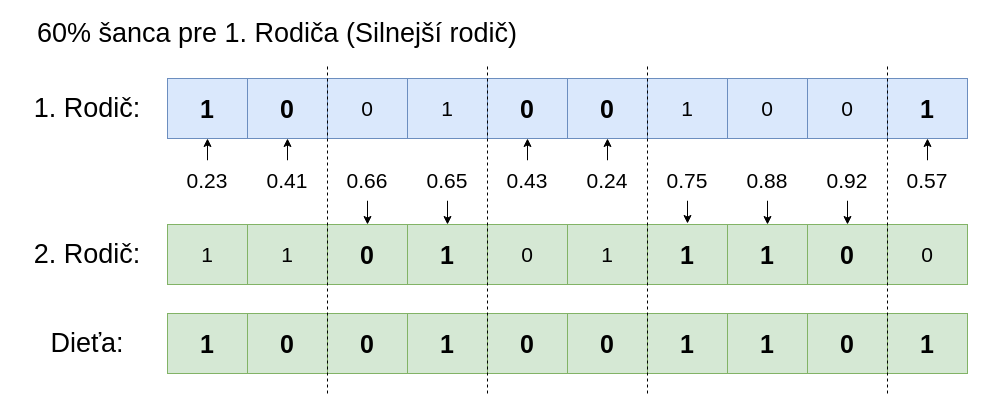
jozef229/FIIT-PRIPOC-ARTICLE-LaTeX keeps this draw.io diagram as image/krizenie.drawio. Above is the earlier version. Source tidied: cells renumbered, new cells numbered last; positions are measured from the earlier drawing's top-left corner, leaving out a move shared by most shapes. Both pictures are drawn from the tidied source at 100%, with x=0, y=0 at pixel (17, 23).
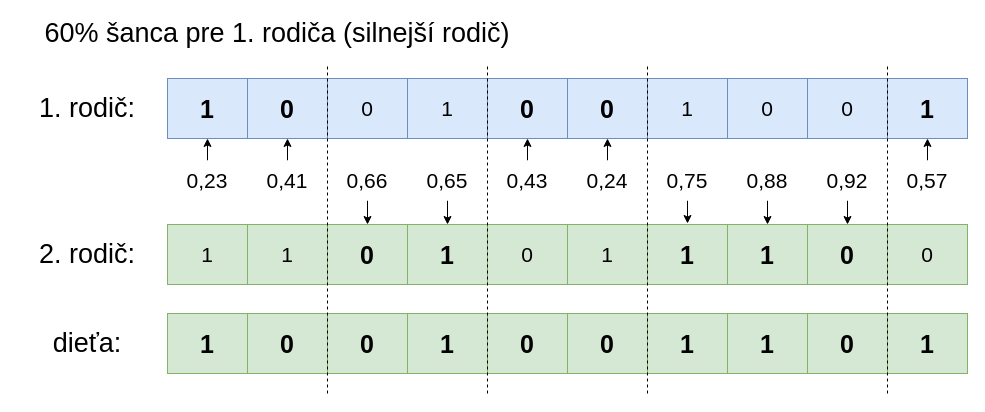
The same diagram, later.

What changed in the source:
```diff
@@
-    <mxCell id="23" value="0.66" style="rounded=0;whiteSpace=wrap;html=1;fontSize=21;gradientColor=none;fillColor=#ffffff;strokeColor=none;" parent="1" vertex="1">
+    <mxCell id="23" value="0,66" style="rounded=0;whiteSpace=wrap;html=1;fontSize=21;gradientColor=none;fillColor=#ffffff;strokeColor=none;" parent="1" vertex="1">
       <mxGeometry x="310" y="137" width="80" height="40" as="geometry" />
     </mxCell>
@@
-    <mxCell id="25" value="0.65" style="rounded=0;whiteSpace=wrap;html=1;fontSize=21;gradientColor=none;fillColor=#ffffff;strokeColor=none;" parent="1" vertex="1">
+    <mxCell id="25" value="0,65" style="rounded=0;whiteSpace=wrap;html=1;fontSize=21;gradientColor=none;fillColor=#ffffff;strokeColor=none;" parent="1" vertex="1">
       <mxGeometry x="390" y="137" width="80" height="40" as="geometry" />
     </mxCell>
@@
-    <mxCell id="27" value="0.43" style="rounded=0;whiteSpace=wrap;html=1;fontSize=21;gradientColor=none;fillColor=#ffffff;strokeColor=none;" parent="1" vertex="1">
+    <mxCell id="27" value="0,43" style="rounded=0;whiteSpace=wrap;html=1;fontSize=21;gradientColor=none;fillColor=#ffffff;strokeColor=none;" parent="1" vertex="1">
       <mxGeometry x="470" y="137" width="80" height="40" as="geometry" />
     </mxCell>
@@
-    <mxCell id="29" value="0.24" style="rounded=0;whiteSpace=wrap;html=1;fontSize=21;gradientColor=none;fillColor=#ffffff;strokeColor=none;" parent="1" vertex="1">
+    <mxCell id="29" value="0,24" style="rounded=0;whiteSpace=wrap;html=1;fontSize=21;gradientColor=none;fillColor=#ffffff;strokeColor=none;" parent="1" vertex="1">
       <mxGeometry x="550" y="137" width="80" height="40" as="geometry" />
     </mxCell>
@@
-    <mxCell id="31" value="0.75" style="rounded=0;whiteSpace=wrap;html=1;fontSize=21;gradientColor=none;fillColor=#ffffff;strokeColor=none;" parent="1" vertex="1">
+    <mxCell id="31" value="0,75" style="rounded=0;whiteSpace=wrap;html=1;fontSize=21;gradientColor=none;fillColor=#ffffff;strokeColor=none;" parent="1" vertex="1">
       <mxGeometry x="630" y="137" width="80" height="40" as="geometry" />
     </mxCell>
@@
-    <mxCell id="33" value="0.88" style="rounded=0;whiteSpace=wrap;html=1;fontSize=21;gradientColor=none;fillColor=#ffffff;strokeColor=none;" parent="1" vertex="1">
+    <mxCell id="33" value="0,88" style="rounded=0;whiteSpace=wrap;html=1;fontSize=21;gradientColor=none;fillColor=#ffffff;strokeColor=none;" parent="1" vertex="1">
       <mxGeometry x="710" y="137" width="80" height="40" as="geometry" />
     </mxCell>
@@
-    <mxCell id="35" value="0.92" style="rounded=0;whiteSpace=wrap;html=1;fontSize=21;gradientColor=none;fillColor=#ffffff;strokeColor=none;" parent="1" vertex="1">
+    <mxCell id="35" value="0,92" style="rounded=0;whiteSpace=wrap;html=1;fontSize=21;gradientColor=none;fillColor=#ffffff;strokeColor=none;" parent="1" vertex="1">
       <mxGeometry x="790" y="137" width="80" height="40" as="geometry" />
     </mxCell>
@@
-    <mxCell id="37" value="0.57" style="rounded=0;whiteSpace=wrap;html=1;fontSize=21;gradientColor=none;fillColor=#ffffff;strokeColor=none;" parent="1" vertex="1">
+    <mxCell id="37" value="0,57" style="rounded=0;whiteSpace=wrap;html=1;fontSize=21;gradientColor=none;fillColor=#ffffff;strokeColor=none;" parent="1" vertex="1">
       <mxGeometry x="870" y="137" width="80" height="40" as="geometry" />
     </mxCell>
@@
-    <mxCell id="39" value="0.41" style="rounded=0;whiteSpace=wrap;html=1;fontSize=21;gradientColor=none;fillColor=#ffffff;strokeColor=none;" parent="1" vertex="1">
+    <mxCell id="39" value="0,41" style="rounded=0;whiteSpace=wrap;html=1;fontSize=21;gradientColor=none;fillColor=#ffffff;strokeColor=none;" parent="1" vertex="1">
       <mxGeometry x="230" y="137" width="80" height="40" as="geometry" />
     </mxCell>
@@
-    <mxCell id="41" value="0.23" style="rounded=0;whiteSpace=wrap;html=1;fontSize=21;gradientColor=none;fillColor=#ffffff;strokeColor=none;" parent="1" vertex="1">
+    <mxCell id="41" value="0,23" style="rounded=0;whiteSpace=wrap;html=1;fontSize=21;gradientColor=none;fillColor=#ffffff;strokeColor=none;" parent="1" vertex="1">
       <mxGeometry x="150" y="137" width="80" height="40" as="geometry" />
     </mxCell>
@@
-    <mxCell id="56" value="1. Rodič:" style="text;html=1;strokeColor=none;fillColor=none;align=center;verticalAlign=middle;whiteSpace=wrap;rounded=0;fontSize=27;" parent="1" vertex="1">
+    <mxCell id="56" value="1. rodič:" style="text;html=1;strokeColor=none;fillColor=none;align=center;verticalAlign=middle;whiteSpace=wrap;rounded=0;fontSize=27;" parent="1" vertex="1">
       <mxGeometry x="10" y="75" width="120" height="20" as="geometry" />
     </mxCell>
-    <mxCell id="57" value="2. Rodič:" style="text;html=1;strokeColor=none;fillColor=none;align=center;verticalAlign=middle;whiteSpace=wrap;rounded=0;fontSize=27;" parent="1" vertex="1">
+    <mxCell id="57" value="2. rodič:" style="text;html=1;strokeColor=none;fillColor=none;align=center;verticalAlign=middle;whiteSpace=wrap;rounded=0;fontSize=27;" parent="1" vertex="1">
       <mxGeometry x="10" y="221" width="120" height="20" as="geometry" />
     </mxCell>
-    <mxCell id="58" value="Dieťa:" style="text;html=1;strokeColor=none;fillColor=none;align=center;verticalAlign=middle;whiteSpace=wrap;rounded=0;fontSize=27;" parent="1" vertex="1">
+    <mxCell id="58" value="dieťa:" style="text;html=1;strokeColor=none;fillColor=none;align=center;verticalAlign=middle;whiteSpace=wrap;rounded=0;fontSize=27;" parent="1" vertex="1">
       <mxGeometry x="10" y="310" width="120" height="20" as="geometry" />
     </mxCell>
-    <mxCell id="59" value="60% šanca pre 1. Rodiča (Silnejší rodič)" style="text;html=1;strokeColor=none;fillColor=none;align=center;verticalAlign=middle;whiteSpace=wrap;rounded=0;fontSize=27;" parent="1" vertex="1">
+    <mxCell id="59" value="60% šanca pre 1. rodiča (silnejší rodič)" style="text;html=1;strokeColor=none;fillColor=none;align=center;verticalAlign=middle;whiteSpace=wrap;rounded=0;fontSize=27;" parent="1" vertex="1">
       <mxGeometry width="520" height="20" as="geometry" />
     </mxCell>
```
